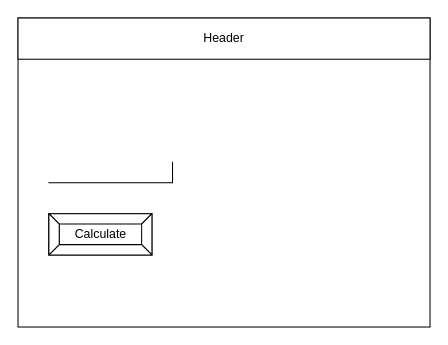
Earlier version of the draw.io diagram design/story-board.drawio (Claire-Bedrossian/ICS2O-Unit5-03-JS). Source tidied: cells renumbered, new cells numbered last; positions are measured from the earlier drawing's top-left corner, leaving out a move shared by most shapes. Both pictures are drawn from the tidied source at 103%, with x=0, y=0 at pixel (18, 18).
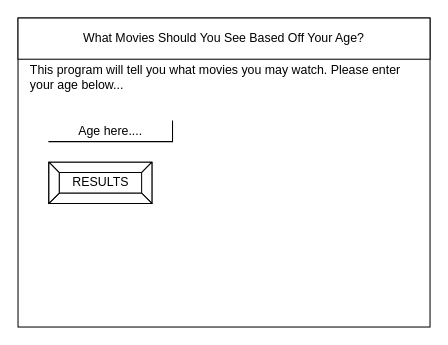
After the change.

Change to the diagram source:
```diff
@@
 <mxGraphModel>
   <root>
     <mxCell id="0" />
     <mxCell id="1" parent="0" />
     <mxCell id="2" style="rounded=0;whiteSpace=wrap;html=1;" parent="1" vertex="1">
       <mxGeometry width="400" height="300" as="geometry" />
     </mxCell>
-    <mxCell id="3" value="Header" style="rounded=0;whiteSpace=wrap;html=1;" parent="1" vertex="1">
+    <mxCell id="3" value="What Movies Should You See Based Off Your Age?" style="rounded=0;whiteSpace=wrap;html=1;" parent="1" vertex="1">
       <mxGeometry width="400" height="40" as="geometry" />
     </mxCell>
-    <mxCell id="4" style="shape=partialRectangle;whiteSpace=wrap;html=1;top=0;left=0;fillColor=none;" parent="1" vertex="1">
-      <mxGeometry x="30" y="140" width="120" height="20" as="geometry" />
+    <mxCell id="4" value="Age here...." style="shape=partialRectangle;whiteSpace=wrap;html=1;top=0;left=0;fillColor=none;" parent="1" vertex="1">
+      <mxGeometry x="30" y="100" width="120" height="20" as="geometry" />
     </mxCell>
-    <mxCell id="5" value="Calculate" style="labelPosition=center;verticalLabelPosition=middle;align=center;html=1;shape=mxgraph.basic.button;dx=10;" parent="1" vertex="1">
-      <mxGeometry x="30" y="190" width="100" height="40" as="geometry" />
+    <mxCell id="5" value="RESULTS" style="labelPosition=center;verticalLabelPosition=middle;align=center;html=1;shape=mxgraph.basic.button;dx=10;" parent="1" vertex="1">
+      <mxGeometry x="30" y="140" width="100" height="40" as="geometry" />
     </mxCell>
+    <mxCell id="6" value="&lt;div&gt;This program will tell you what movies you may watch. Please enter your age below...&lt;/div&gt;&lt;div&gt;&lt;br&gt;&lt;/div&gt;" style="text;html=1;strokeColor=none;fillColor=none;align=left;verticalAlign=middle;whiteSpace=wrap;rounded=0;" parent="1" vertex="1">
+      <mxGeometry x="10" y="50" width="380" height="30" as="geometry" />
+    </mxCell>
   </root>
 </mxGraphModel>
```
